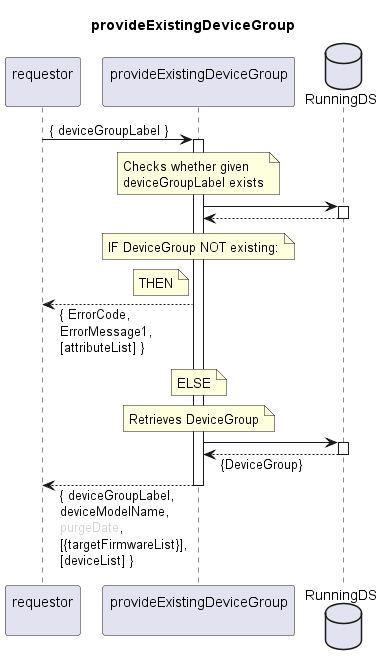
This is spec/Services/provideExistingDeviceGroup/1.0.0/provideExistingDeviceGroup.png from openBackhaul/FirmWareManager, a PlantUML export, as it was before one commit.
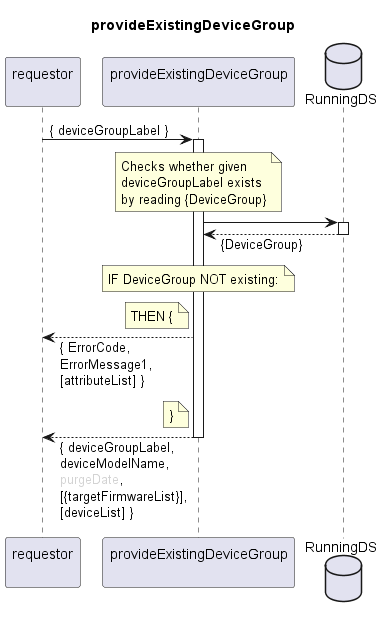
After the commit.

Change to the diagram source:
```diff
@@ -15,29 +15,22 @@
   note over indServ
     Checks whether given
     deviceGroupLabel exists
+    by reading {DeviceGroup}
   end note
   indServ -> RunDS
   activate RunDS
-  indServ <-- RunDS
+  indServ <-- RunDS: {DeviceGroup}
   deactivate RunDS
   note over indServ
     IF DeviceGroup NOT existing:
   end note
   note left indServ
-    THEN
+    THEN {
   end note
   requestor <-- indServ: { ErrorCode,\nErrorMessage1,\n[attributeList] }
-  note over indServ
-    ELSE
+  note left indServ
+    }
   end note
-
-  note over indServ
-    Retrieves DeviceGroup
-  end note
-  indServ -> RunDS
-  activate RunDS
-  indServ <-- RunDS: {DeviceGroup}
-  deactivate RunDS
 
 requestor <-- indServ: { deviceGroupLabel,\ndeviceModelName,\n<color:LightGray>purgeDate</color>,\n[{targetFirmwareList}],\n[deviceList] }
 deactivate indServ
```
